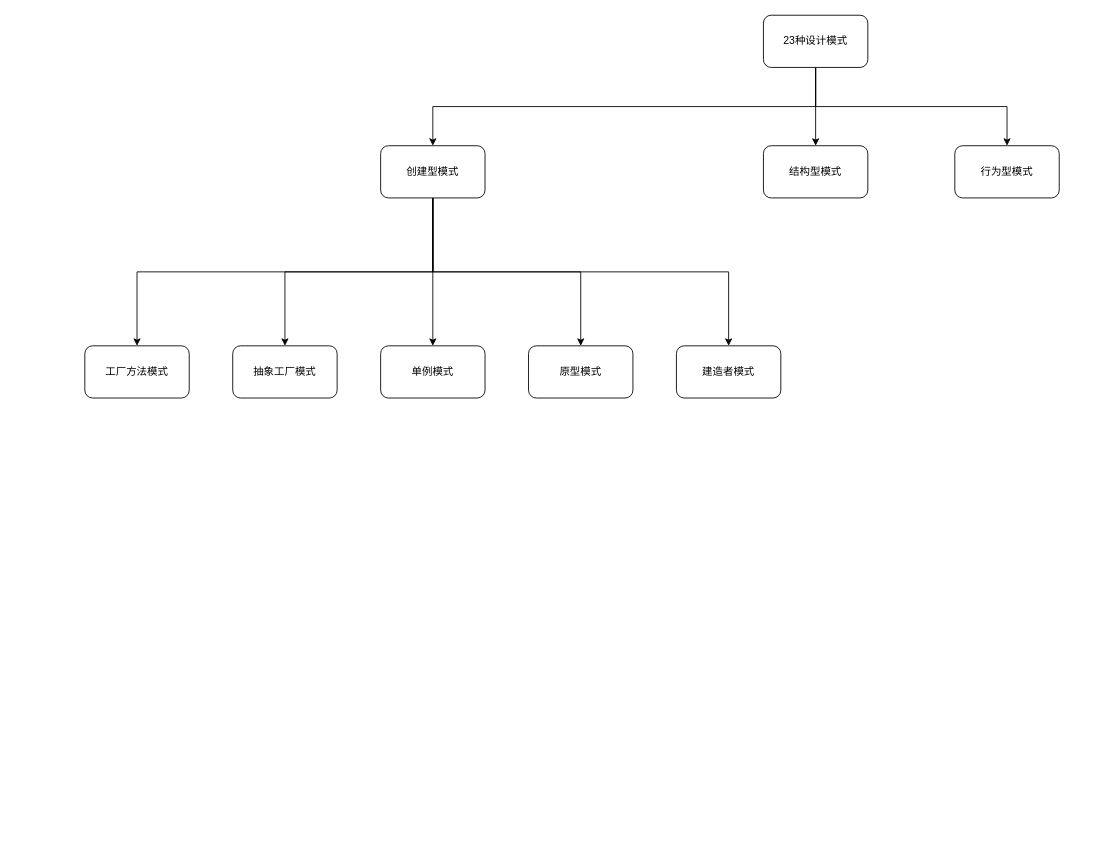
This is page "设计模式" (2 of 12) of mspaint/Java.drawio from D1isney/notes, a draw.io file, before an edit. Source tidied: cells renumbered, new cells numbered last; positions are measured from the earlier drawing's top-left corner, leaving out a move shared by most shapes. Both pictures are drawn from the tidied source at 87%, with x=0, y=0 at pixel (84, 15).
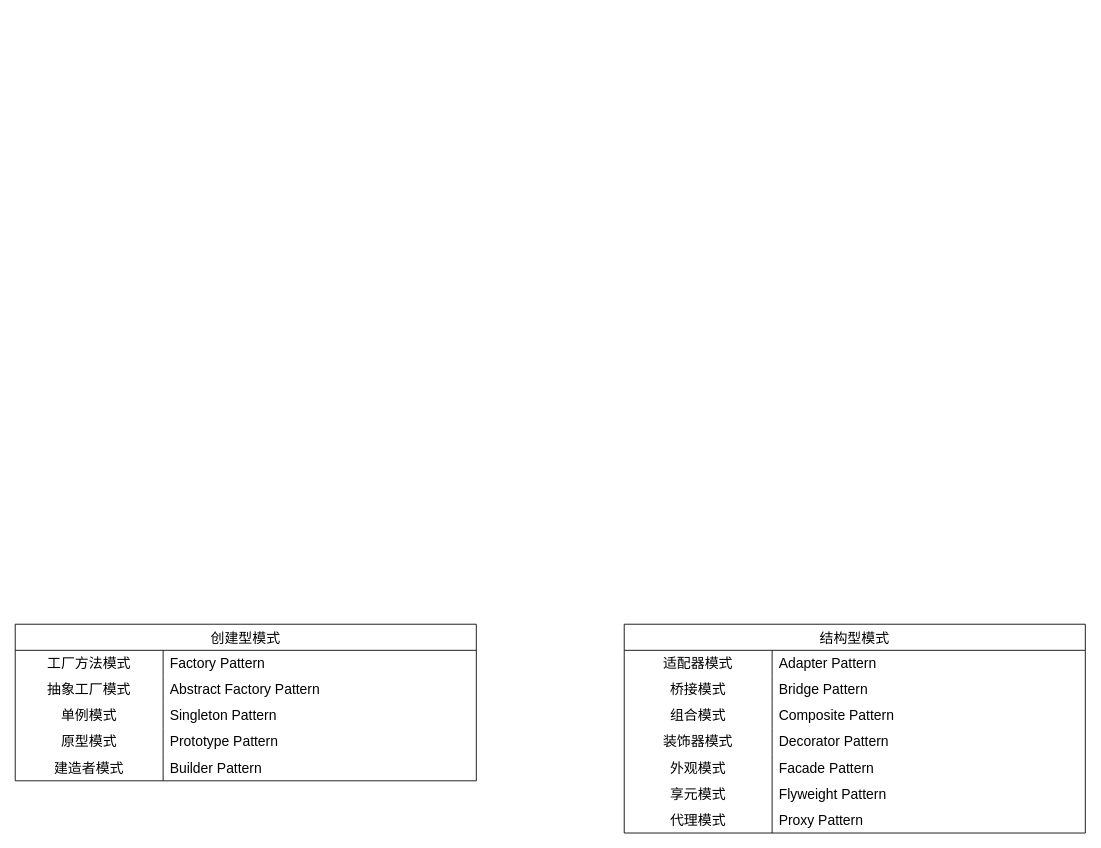
The same page after the edit.

What changed in the source:
```diff
@@
-    <mxCell id="2" style="edgeStyle=orthogonalEdgeStyle;rounded=0;jettySize=auto;html=1;exitX=0.5;exitY=1;exitDx=0;exitDy=0;entryX=0.5;entryY=0;entryDx=0;entryDy=0;" parent="1" edge="1" source="5" target="12">
-      <mxGeometry relative="1" as="geometry" />
-    </mxCell>
-    <mxCell id="3" style="edgeStyle=orthogonalEdgeStyle;rounded=0;jettySize=auto;html=1;exitX=0.5;exitY=1;exitDx=0;exitDy=0;entryX=0.5;entryY=0;entryDx=0;entryDy=0;" parent="1" edge="1" source="5" target="11">
-      <mxGeometry relative="1" as="geometry" />
-    </mxCell>
-    <mxCell id="4" style="edgeStyle=orthogonalEdgeStyle;rounded=0;jettySize=auto;html=1;exitX=0.5;exitY=1;exitDx=0;exitDy=0;" parent="1" edge="1" source="5" target="13">
-      <mxGeometry relative="1" as="geometry" />
-    </mxCell>
-    <mxCell id="5" value="23种设计模式" style="rounded=1;whiteSpace=wrap;html=1;" parent="1" vertex="1">
-      <mxGeometry x="780" width="120" height="60" as="geometry" />
-    </mxCell>
-    <mxCell id="6" style="edgeStyle=orthogonalEdgeStyle;rounded=0;jettySize=auto;html=1;exitX=0.5;exitY=1;exitDx=0;exitDy=0;" parent="1" edge="1" source="11" target="16">
-      <mxGeometry relative="1" as="geometry" />
-    </mxCell>
-    <mxCell id="7" style="edgeStyle=orthogonalEdgeStyle;rounded=0;jettySize=auto;html=1;exitX=0.5;exitY=1;exitDx=0;exitDy=0;" parent="1" edge="1" source="11" target="15">
-      <mxGeometry relative="1" as="geometry" />
-    </mxCell>
-    <mxCell id="8" style="edgeStyle=orthogonalEdgeStyle;rounded=0;jettySize=auto;html=1;exitX=0.5;exitY=1;exitDx=0;exitDy=0;" parent="1" edge="1" source="11" target="14">
-      <mxGeometry relative="1" as="geometry" />
-    </mxCell>
-    <mxCell id="9" style="edgeStyle=orthogonalEdgeStyle;rounded=0;jettySize=auto;html=1;exitX=0.5;exitY=1;exitDx=0;exitDy=0;" parent="1" edge="1" source="11" target="17">
-      <mxGeometry relative="1" as="geometry" />
-    </mxCell>
-    <mxCell id="10" style="edgeStyle=orthogonalEdgeStyle;rounded=0;jettySize=auto;html=1;exitX=0.5;exitY=1;exitDx=0;exitDy=0;" parent="1" edge="1" source="11" target="18">
-      <mxGeometry relative="1" as="geometry" />
-    </mxCell>
-    <mxCell id="11" value="创建型模式" style="rounded=1;whiteSpace=wrap;html=1;" parent="1" vertex="1">
-      <mxGeometry x="340" y="150" width="120" height="60" as="geometry" />
+    <mxCell id="11" value="创建型模式" style="shape=table;startSize=30;childLayout=tableLayout;rowLines=0;fontStyle=0;strokeColor=default;fontSize=16;" parent="1" vertex="1">
+      <mxGeometry x="-80" y="700" width="530" height="180" as="geometry" />
     </mxCell>
+    <mxCell id="19" style="shape=tableRow;horizontal=0;startSize=0;swimlaneHead=0;swimlaneBody=0;top=0;left=0;bottom=0;right=0;fillColor=none;strokeColor=inherit;fontSize=16;" parent="11" vertex="1">
+      <mxGeometry y="30" width="530" height="30" as="geometry" />
+    </mxCell>
+    <mxCell id="14" value="工厂方法模式" style="shape=partialRectangle;html=1;whiteSpace=wrap;fillColor=none;top=0;left=0;bottom=0;right=0;overflow=hidden;strokeColor=inherit;fontSize=16;" parent="19" vertex="1">
+      <mxGeometry width="170" height="30" as="geometry" />
+    </mxCell>
+    <mxCell id="20" value="Factory Pattern" style="shape=partialRectangle;html=1;whiteSpace=wrap;fillColor=none;top=0;left=0;bottom=0;right=0;align=left;spacingLeft=6;overflow=hidden;strokeColor=inherit;fontSize=16;" parent="19" vertex="1">
+      <mxGeometry x="170" width="360" height="30" as="geometry" />
+    </mxCell>
+    <mxCell id="21" style="shape=tableRow;horizontal=0;startSize=0;swimlaneHead=0;swimlaneBody=0;top=0;left=0;bottom=0;right=0;fillColor=none;strokeColor=inherit;fontSize=16;" parent="11" vertex="1">
+      <mxGeometry y="60" width="530" height="30" as="geometry" />
+    </mxCell>
+    <mxCell id="15" value="抽象工厂模式" style="shape=partialRectangle;html=1;whiteSpace=wrap;fillColor=none;top=0;left=0;bottom=0;right=0;overflow=hidden;strokeColor=inherit;fontSize=16;" parent="21" vertex="1">
+      <mxGeometry width="170" height="30" as="geometry" />
+    </mxCell>
+    <mxCell id="22" value="Abstract Factory Pattern" style="shape=partialRectangle;html=1;whiteSpace=wrap;fillColor=none;top=0;left=0;bottom=0;right=0;align=left;spacingLeft=6;overflow=hidden;strokeColor=inherit;fontSize=16;" parent="21" vertex="1">
+      <mxGeometry x="170" width="360" height="30" as="geometry" />
+    </mxCell>
+    <mxCell id="23" style="shape=tableRow;horizontal=0;startSize=0;swimlaneHead=0;swimlaneBody=0;top=0;left=0;bottom=0;right=0;fillColor=none;strokeColor=inherit;fontSize=16;" parent="11" vertex="1">
+      <mxGeometry y="90" width="530" height="30" as="geometry" />
+    </mxCell>
+    <mxCell id="16" value="单例模式" style="shape=partialRectangle;html=1;whiteSpace=wrap;fillColor=none;top=0;left=0;bottom=0;right=0;overflow=hidden;strokeColor=inherit;fontSize=16;" parent="23" vertex="1">
+      <mxGeometry width="170" height="30" as="geometry" />
+    </mxCell>
+    <mxCell id="24" value="Singleton Pattern" style="shape=partialRectangle;html=1;whiteSpace=wrap;fillColor=none;top=0;left=0;bottom=0;right=0;align=left;spacingLeft=6;overflow=hidden;strokeColor=inherit;fontSize=16;" parent="23" vertex="1">
+      <mxGeometry x="170" width="360" height="30" as="geometry" />
+    </mxCell>
+    <mxCell id="25" style="shape=tableRow;horizontal=0;startSize=0;swimlaneHead=0;swimlaneBody=0;top=0;left=0;bottom=0;right=0;fillColor=none;strokeColor=inherit;fontSize=16;" parent="11" vertex="1">
+      <mxGeometry y="120" width="530" height="30" as="geometry" />
+    </mxCell>
+    <mxCell id="17" value="原型模式" style="shape=partialRectangle;html=1;whiteSpace=wrap;fillColor=none;top=0;left=0;bottom=0;right=0;overflow=hidden;strokeColor=inherit;fontSize=16;" parent="25" vertex="1">
+      <mxGeometry width="170" height="30" as="geometry" />
+    </mxCell>
+    <mxCell id="26" value="Prototype Pattern" style="shape=partialRectangle;html=1;whiteSpace=wrap;fillColor=none;top=0;left=0;bottom=0;right=0;align=left;spacingLeft=6;overflow=hidden;strokeColor=inherit;fontSize=16;" parent="25" vertex="1">
+      <mxGeometry x="170" width="360" height="30" as="geometry" />
+    </mxCell>
+    <mxCell id="27" style="shape=tableRow;horizontal=0;startSize=0;swimlaneHead=0;swimlaneBody=0;top=0;left=0;bottom=0;right=0;fillColor=none;strokeColor=inherit;fontSize=16;" parent="11" vertex="1">
+      <mxGeometry y="150" width="530" height="30" as="geometry" />
+    </mxCell>
+    <mxCell id="18" value="建造者模式" style="shape=partialRectangle;html=1;whiteSpace=wrap;fillColor=none;top=0;left=0;bottom=0;right=0;overflow=hidden;strokeColor=inherit;fontSize=16;" parent="27" vertex="1">
+      <mxGeometry width="170" height="30" as="geometry" />
+    </mxCell>
+    <mxCell id="28" value="Builder Pattern" style="shape=partialRectangle;html=1;whiteSpace=wrap;fillColor=none;top=0;left=0;bottom=0;right=0;align=left;spacingLeft=6;overflow=hidden;strokeColor=inherit;fontSize=16;" parent="27" vertex="1">
+      <mxGeometry x="170" width="360" height="30" as="geometry" />
+    </mxCell>
-    <mxCell id="12" value="结构型模式" style="rounded=1;whiteSpace=wrap;html=1;" parent="1" vertex="1">
-      <mxGeometry x="780" y="150" width="120" height="60" as="geometry" />
+    <mxCell id="12" value="结构型模式" style="shape=table;startSize=30;childLayout=tableLayout;rowLines=0;fontStyle=0;strokeColor=default;fontSize=16;" parent="1" vertex="1">
+      <mxGeometry x="620" y="700" width="530" height="240" as="geometry" />
     </mxCell>
-    <mxCell id="13" value="行为型模式" style="rounded=1;whiteSpace=wrap;html=1;" parent="1" vertex="1">
-      <mxGeometry x="1000" y="150" width="120" height="60" as="geometry" />
-    </mxCell>
-    <mxCell id="14" value="工厂方法模式" style="rounded=1;whiteSpace=wrap;html=1;" parent="1" vertex="1">
-      <mxGeometry y="380" width="120" height="60" as="geometry" />
-    </mxCell>
-    <mxCell id="15" value="抽象工厂模式" style="rounded=1;whiteSpace=wrap;html=1;" parent="1" vertex="1">
-      <mxGeometry x="170" y="380" width="120" height="60" as="geometry" />
-    </mxCell>
-    <mxCell id="16" value="单例模式" style="rounded=1;whiteSpace=wrap;html=1;" parent="1" vertex="1">
-      <mxGeometry x="340" y="380" width="120" height="60" as="geometry" />
-    </mxCell>
-    <mxCell id="17" value="原型模式" style="rounded=1;whiteSpace=wrap;html=1;" parent="1" vertex="1">
-      <mxGeometry x="510" y="380" width="120" height="60" as="geometry" />
-    </mxCell>
-    <mxCell id="18" value="建造者模式" style="rounded=1;whiteSpace=wrap;html=1;" parent="1" vertex="1">
-      <mxGeometry x="680" y="380" width="120" height="60" as="geometry" />
-    </mxCell>
+    <mxCell id="29" style="shape=tableRow;horizontal=0;startSize=0;swimlaneHead=0;swimlaneBody=0;top=0;left=0;bottom=0;right=0;fillColor=none;strokeColor=inherit;fontSize=16;" parent="12" vertex="1">
+      <mxGeometry y="30" width="530" height="30" as="geometry" />
+    </mxCell>
+    <mxCell id="30" value="适配器模式" style="shape=partialRectangle;html=1;whiteSpace=wrap;fillColor=none;top=0;left=0;bottom=0;right=0;overflow=hidden;strokeColor=inherit;fontSize=16;" parent="29" vertex="1">
+      <mxGeometry width="170" height="30" as="geometry" />
+    </mxCell>
+    <mxCell id="31" value="Adapter Pattern" style="shape=partialRectangle;html=1;whiteSpace=wrap;fillColor=none;top=0;left=0;bottom=0;right=0;align=left;spacingLeft=6;overflow=hidden;strokeColor=inherit;fontSize=16;" parent="29" vertex="1">
+      <mxGeometry x="170" width="360" height="30" as="geometry" />
+    </mxCell>
+    <mxCell id="32" style="shape=tableRow;horizontal=0;startSize=0;swimlaneHead=0;swimlaneBody=0;top=0;left=0;bottom=0;right=0;fillColor=none;strokeColor=inherit;fontSize=16;" parent="12" vertex="1">
+      <mxGeometry y="60" width="530" height="30" as="geometry" />
+    </mxCell>
+    <mxCell id="33" value="桥接模式" style="shape=partialRectangle;html=1;whiteSpace=wrap;fillColor=none;top=0;left=0;bottom=0;right=0;overflow=hidden;strokeColor=inherit;fontSize=16;" parent="32" vertex="1">
+      <mxGeometry width="170" height="30" as="geometry" />
+    </mxCell>
+    <mxCell id="34" value="Bridge Pattern" style="shape=partialRectangle;html=1;whiteSpace=wrap;fillColor=none;top=0;left=0;bottom=0;right=0;align=left;spacingLeft=6;overflow=hidden;strokeColor=inherit;fontSize=16;" parent="32" vertex="1">
+      <mxGeometry x="170" width="360" height="30" as="geometry" />
+    </mxCell>
+    <mxCell id="35" style="shape=tableRow;horizontal=0;startSize=0;swimlaneHead=0;swimlaneBody=0;top=0;left=0;bottom=0;right=0;fillColor=none;strokeColor=inherit;fontSize=16;" parent="12" vertex="1">
+      <mxGeometry y="90" width="530" height="30" as="geometry" />
+    </mxCell>
+    <mxCell id="36" value="组合模式" style="shape=partialRectangle;html=1;whiteSpace=wrap;fillColor=none;top=0;left=0;bottom=0;right=0;overflow=hidden;strokeColor=inherit;fontSize=16;" parent="35" vertex="1">
+      <mxGeometry width="170" height="30" as="geometry" />
+    </mxCell>
+    <mxCell id="37" value="Composite Pattern" style="shape=partialRectangle;html=1;whiteSpace=wrap;fillColor=none;top=0;left=0;bottom=0;right=0;align=left;spacingLeft=6;overflow=hidden;strokeColor=inherit;fontSize=16;" parent="35" vertex="1">
+      <mxGeometry x="170" width="360" height="30" as="geometry" />
+    </mxCell>
+    <mxCell id="38" style="shape=tableRow;horizontal=0;startSize=0;swimlaneHead=0;swimlaneBody=0;top=0;left=0;bottom=0;right=0;fillColor=none;strokeColor=inherit;fontSize=16;" parent="12" vertex="1">
+      <mxGeometry y="120" width="530" height="30" as="geometry" />
+    </mxCell>
+    <mxCell id="39" value="装饰器模式" style="shape=partialRectangle;html=1;whiteSpace=wrap;fillColor=none;top=0;left=0;bottom=0;right=0;overflow=hidden;strokeColor=inherit;fontSize=16;" parent="38" vertex="1">
+      <mxGeometry width="170" height="30" as="geometry" />
+    </mxCell>
+    <mxCell id="40" value="Decorator Pattern" style="shape=partialRectangle;html=1;whiteSpace=wrap;fillColor=none;top=0;left=0;bottom=0;right=0;align=left;spacingLeft=6;overflow=hidden;strokeColor=inherit;fontSize=16;" parent="38" vertex="1">
+      <mxGeometry x="170" width="360" height="30" as="geometry" />
+    </mxCell>
+    <mxCell id="41" style="shape=tableRow;horizontal=0;startSize=0;swimlaneHead=0;swimlaneBody=0;top=0;left=0;bottom=0;right=0;fillColor=none;strokeColor=inherit;fontSize=16;" parent="12" vertex="1">
+      <mxGeometry y="150" width="530" height="30" as="geometry" />
+    </mxCell>
+    <mxCell id="42" value="外观模式" style="shape=partialRectangle;html=1;whiteSpace=wrap;fillColor=none;top=0;left=0;bottom=0;right=0;overflow=hidden;strokeColor=inherit;fontSize=16;" parent="41" vertex="1">
+      <mxGeometry width="170" height="30" as="geometry" />
+    </mxCell>
+    <mxCell id="43" value="Facade Pattern" style="shape=partialRectangle;html=1;whiteSpace=wrap;fillColor=none;top=0;left=0;bottom=0;right=0;align=left;spacingLeft=6;overflow=hidden;strokeColor=inherit;fontSize=16;" parent="41" vertex="1">
+      <mxGeometry x="170" width="360" height="30" as="geometry" />
+    </mxCell>
+    <mxCell id="44" style="shape=tableRow;horizontal=0;startSize=0;swimlaneHead=0;swimlaneBody=0;top=0;left=0;bottom=0;right=0;fillColor=none;strokeColor=inherit;fontSize=16;" parent="12" vertex="1">
+      <mxGeometry y="180" width="530" height="30" as="geometry" />
+    </mxCell>
+    <mxCell id="45" value="享元模式" style="shape=partialRectangle;html=1;whiteSpace=wrap;fillColor=none;top=0;left=0;bottom=0;right=0;overflow=hidden;strokeColor=inherit;fontSize=16;" parent="44" vertex="1">
+      <mxGeometry width="170" height="30" as="geometry" />
+    </mxCell>
+    <mxCell id="46" value="Flyweight Pattern" style="shape=partialRectangle;html=1;whiteSpace=wrap;fillColor=none;top=0;left=0;bottom=0;right=0;align=left;spacingLeft=6;overflow=hidden;strokeColor=inherit;fontSize=16;" parent="44" vertex="1">
+      <mxGeometry x="170" width="360" height="30" as="geometry" />
+    </mxCell>
+    <mxCell id="47" style="shape=tableRow;horizontal=0;startSize=0;swimlaneHead=0;swimlaneBody=0;top=0;left=0;bottom=0;right=0;fillColor=none;strokeColor=inherit;fontSize=16;" parent="12" vertex="1">
+      <mxGeometry y="210" width="530" height="30" as="geometry" />
+    </mxCell>
+    <mxCell id="48" value="代理模式" style="shape=partialRectangle;html=1;whiteSpace=wrap;fillColor=none;top=0;left=0;bottom=0;right=0;overflow=hidden;strokeColor=inherit;fontSize=16;" parent="47" vertex="1">
+      <mxGeometry width="170" height="30" as="geometry" />
+    </mxCell>
+    <mxCell id="49" value="Proxy Pattern" style="shape=partialRectangle;html=1;whiteSpace=wrap;fillColor=none;top=0;left=0;bottom=0;right=0;align=left;spacingLeft=6;overflow=hidden;strokeColor=inherit;fontSize=16;" parent="47" vertex="1">
+      <mxGeometry x="170" width="360" height="30" as="geometry" />
+    </mxCell>
```
